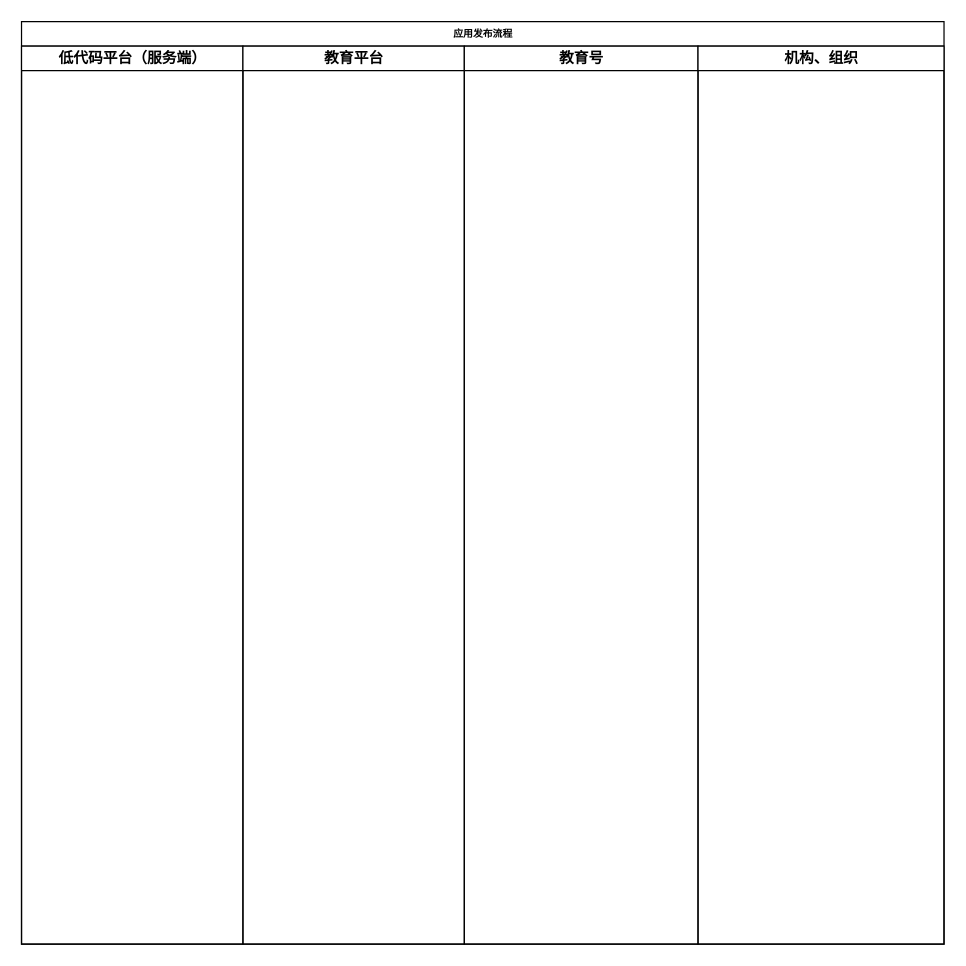
liangdengming/diagrams keeps this draw.io diagram as 低代码平台应用发布流程.drawio. Above is the earlier version. Source tidied: cells renumbered, new cells numbered last; positions are measured from the earlier drawing's top-left corner, leaving out a move shared by most shapes. Both pictures are drawn from the tidied source at 123%, with x=0, y=0 at pixel (21, 21).
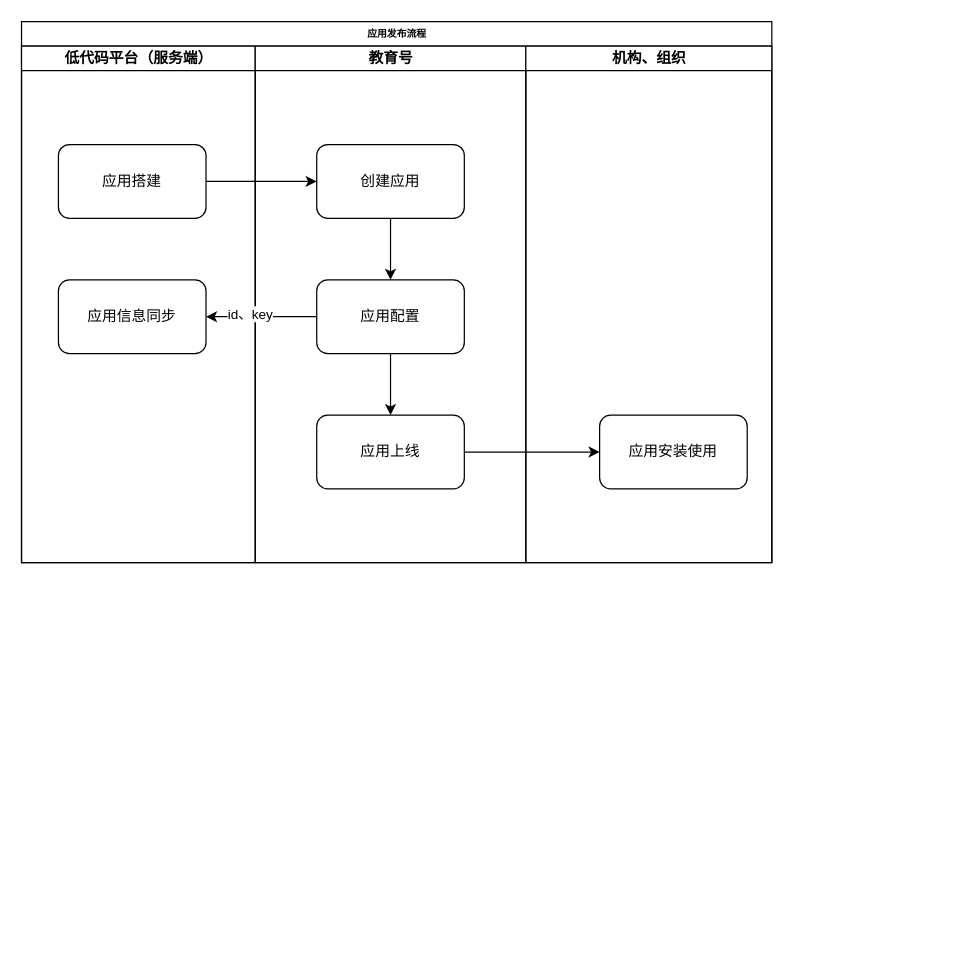
The same diagram, later.

Commit message (it also covers changes not shown here):
低代码平台应用发布流程.drawio

Diff of the diagram source:
```diff
@@
 <mxGraphModel>
   <root>
     <mxCell id="0" />
     <mxCell id="1" parent="0" />
     <mxCell id="2" value="应用发布流程" style="swimlane;html=1;startSize=20;rounded=0;shadow=0;labelBackgroundColor=none;strokeWidth=1;fontFamily=Verdana;fontSize=8;align=center;" parent="1" vertex="1">
-      <mxGeometry width="750" height="750" as="geometry" />
+      <mxGeometry width="610" height="440" as="geometry" />
     </mxCell>
     <mxCell id="3" value="低代码平台（服务端）" style="swimlane;html=1;startSize=20;" parent="2" vertex="1">
-      <mxGeometry y="20" width="180" height="730" as="geometry" />
+      <mxGeometry y="20" width="190" height="420" as="geometry" />
     </mxCell>
-    <mxCell id="4" value="教育平台" style="swimlane;html=1;startSize=20;" parent="2" vertex="1">
-      <mxGeometry x="180" y="20" width="180" height="730" as="geometry" />
-    </mxCell>
+    <mxCell id="7" value="应用搭建" style="rounded=1;whiteSpace=wrap;html=1;" parent="3" vertex="1">
+      <mxGeometry x="30" y="80" width="120" height="60" as="geometry" />
+    </mxCell>
+    <mxCell id="8" value="应用信息同步" style="rounded=1;whiteSpace=wrap;html=1;" parent="3" vertex="1">
+      <mxGeometry x="30" y="190" width="120" height="60" as="geometry" />
+    </mxCell>
     <mxCell id="5" value="教育号" style="swimlane;html=1;startSize=20;" parent="2" vertex="1">
-      <mxGeometry x="360" y="20" width="190" height="730" as="geometry" />
+      <mxGeometry x="190" y="20" width="220" height="420" as="geometry" />
     </mxCell>
+    <mxCell id="9" style="edgeStyle=orthogonalEdgeStyle;rounded=0;jettySize=auto;html=1;" parent="5" edge="1" source="10" target="13">
+      <mxGeometry relative="1" as="geometry" />
+    </mxCell>
+    <mxCell id="10" value="创建应用" style="rounded=1;whiteSpace=wrap;html=1;" parent="5" vertex="1">
+      <mxGeometry x="50" y="80" width="120" height="60" as="geometry" />
+    </mxCell>
+    <mxCell id="11" value="应用上线" style="rounded=1;whiteSpace=wrap;html=1;" parent="5" vertex="1">
+      <mxGeometry x="50" y="300" width="120" height="60" as="geometry" />
+    </mxCell>
+    <mxCell id="12" style="edgeStyle=orthogonalEdgeStyle;rounded=0;jettySize=auto;html=1;" parent="5" edge="1" source="13" target="11">
+      <mxGeometry relative="1" as="geometry" />
+    </mxCell>
+    <mxCell id="13" value="应用配置" style="rounded=1;whiteSpace=wrap;html=1;" parent="5" vertex="1">
+      <mxGeometry x="50" y="190" width="120" height="60" as="geometry" />
+    </mxCell>
+    <mxCell id="14" style="edgeStyle=orthogonalEdgeStyle;rounded=0;jettySize=auto;html=1;" parent="2" edge="1" source="11" target="15">
+      <mxGeometry relative="1" as="geometry" />
+    </mxCell>
     <mxCell id="6" value="机构、组织" style="swimlane;html=1;startSize=20;" parent="2" vertex="1">
-      <mxGeometry x="550" y="20" width="200" height="730" as="geometry" />
+      <mxGeometry x="410" y="20" width="200" height="420" as="geometry" />
     </mxCell>
+    <mxCell id="15" value="应用安装使用" style="rounded=1;whiteSpace=wrap;html=1;" parent="6" vertex="1">
+      <mxGeometry x="60" y="300" width="120" height="60" as="geometry" />
+    </mxCell>
+    <mxCell id="16" style="edgeStyle=orthogonalEdgeStyle;rounded=0;jettySize=auto;html=1;entryX=1;entryY=0.5;entryDx=0;entryDy=0;" parent="2" edge="1" source="13" target="8">
+      <mxGeometry relative="1" as="geometry" />
+    </mxCell>
+    <mxCell id="17" value="id、key" style="edgeLabel;html=1;align=center;verticalAlign=middle;" parent="16" vertex="1">
+      <mxGeometry x="0.23" y="-3" relative="1" as="geometry" />
+    </mxCell>
+    <mxCell id="18" style="edgeStyle=orthogonalEdgeStyle;rounded=0;jettySize=auto;html=1;" parent="2" edge="1" source="7" target="10">
+      <mxGeometry relative="1" as="geometry" />
+    </mxCell>
   </root>
 </mxGraphModel>
```
